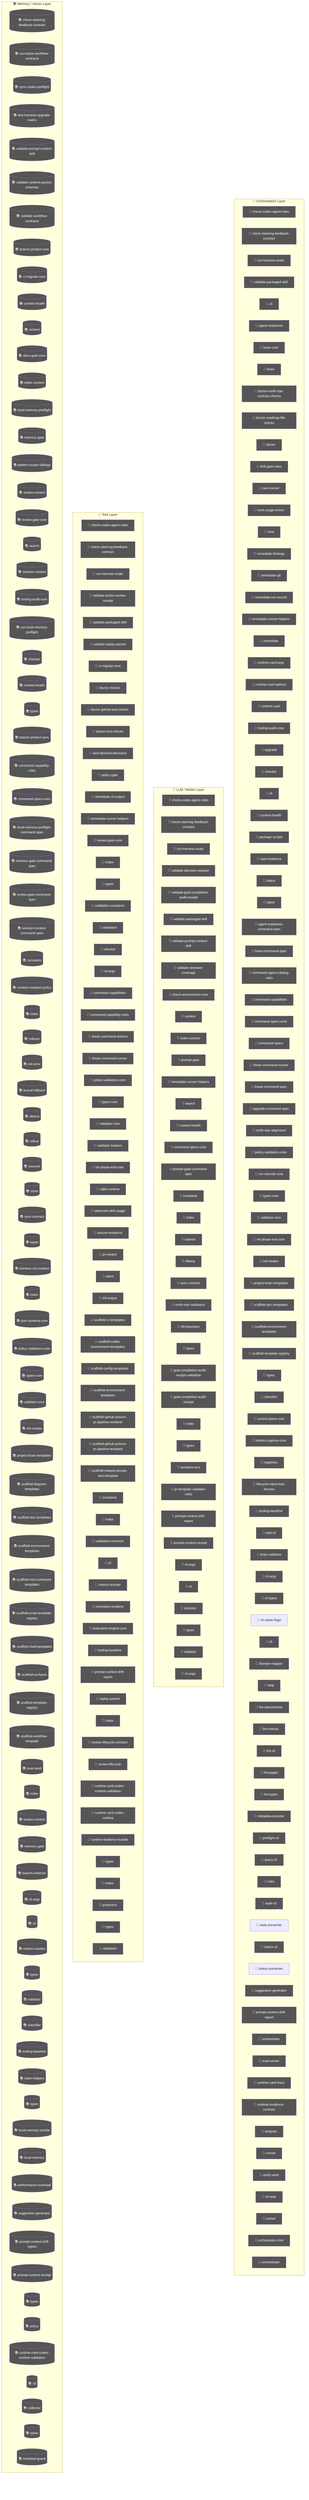
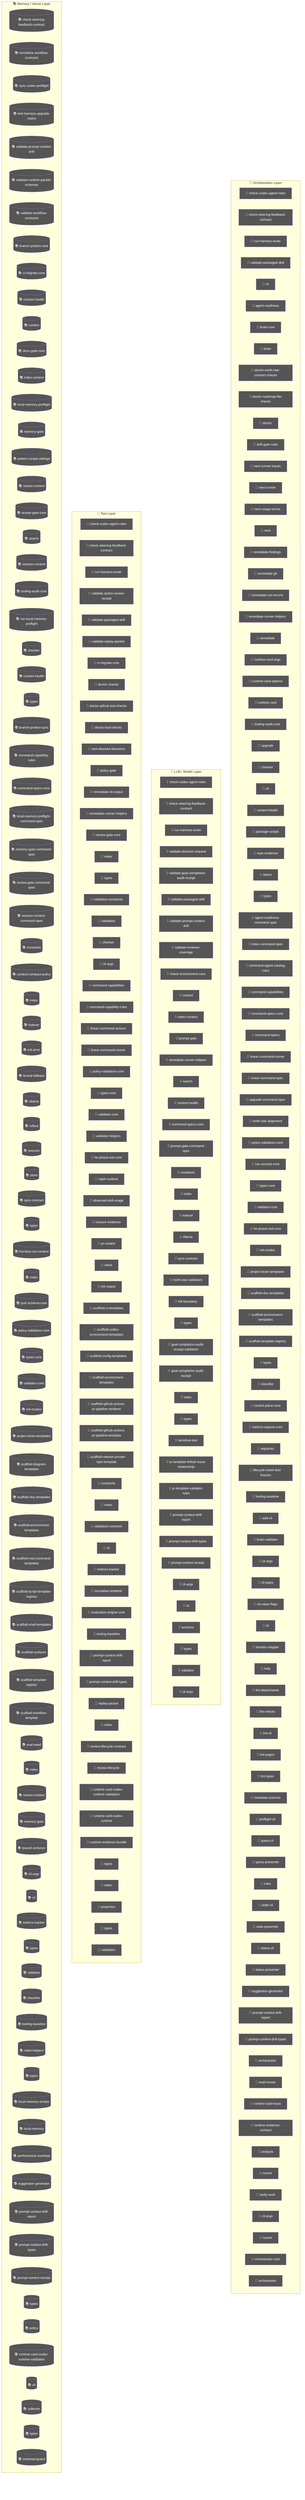
flowchart TD
  subgraph Orchestration["🎯 Orchestration Layer"]
    node_agent_mmd_orchestration_layer_orchestration_chec_7a9f0b64["🤖 check-codex-agent-roles"]
    node_agent_mmd_orchestration_layer_orchestration_chec_7fd47f5c["🤖 check-steering-feedback-contract"]
    node_agent_mmd_orchestration_layer_orchestration_run__18817957["🤖 run-harness-evals"]
    node_agent_mmd_orchestration_layer_orchestration_vali_c01b04be["🤖 validate-packaged-skill"]
    cli_99bb8840["🤖 cli"]
    agent_readiness_c82c68e6["🤖 agent-readiness"]
    brain_core_aa07c380["🤖 brain-core"]
    brain_bbbf7a64["🤖 brain"]
    doctor_north_star_contract_checks_0048124c["🤖 doctor-north-star-contract-checks"]
    doctor_roadmap_file_checks_14447b8e["🤖 doctor-roadmap-file-checks"]
    doctor_72f4be89["🤖 doctor"]
    drift_gate_rules_9685e72d["🤖 drift-gate-rules"]
+     next_runner_inputs_754dba64["🤖 next-runner-inputs"]
    next_runner_41643472["🤖 next-runner"]
    next_usage_errors_837a345a["🤖 next-usage-errors"]
    next_c6c1c9a9["🤖 next"]
    remediate_findings_8b09c8c6["🤖 remediate-findings"]
    remediate_git_58c6f6f4["🤖 remediate-git"]
    remediate_run_record_9dfe5dc1["🤖 remediate-run-record"]
    node_agent_mmd_orchestration_layer_orchestration_reme_359fe98f["🤖 remediate-runner-helpers"]
    remediate_06b9c7fc["🤖 remediate"]
    runtime_card_args_2b3d4b28["🤖 runtime-card-args"]
    runtime_card_options_c9156ad5["🤖 runtime-card-options"]
    runtime_card_e06b53e1["🤖 runtime-card"]
    node_agent_mmd_orchestration_layer_orchestration_tool_acfe0c01["🤖 tooling-audit-core"]
    upgrade_7fef9479["🤖 upgrade"]
    node_agent_mmd_orchestration_layer_orchestration_chec_0550c395["🤖 checker"]
    cli_1_084e05fe["🤖 cli"]
    node_agent_mmd_orchestration_layer_orchestration_cont_61b3b9c9["🤖 context-health"]
    package_scripts_3ee6150f["🤖 package-scripts"]
    repo_evidence_38bb1de5["🤖 repo-evidence"]
    status_073c1634["🤖 status"]
    node_agent_mmd_orchestration_layer_orchestration_type_4f906dcc["🤖 types"]
    agent_readiness_command_spec_a30c2c1e["🤖 agent-readiness-command-spec"]
    brain_command_spec_15b122d5["🤖 brain-command-spec"]
    command_agent_catalog_rules_8e06b2af["🤖 command-agent-catalog-rules"]
    node_agent_mmd_orchestration_layer_orchestration_comm_6e41a7f7["🤖 command-capabilities"]
    node_agent_mmd_orchestration_layer_orchestration_comm_1f8cc24c["🤖 command-specs-core"]
    command_specs_69167c63["🤖 command-specs"]
    node_agent_mmd_orchestration_layer_orchestration_line_b67affd5["🤖 linear-command-runner"]
    linear_command_spec_1e12dd44["🤖 linear-command-spec"]
    upgrade_command_spec_03f6c7bd["🤖 upgrade-command-spec"]
    north_star_alignment_00440188["🤖 north-star-alignment"]
    node_agent_mmd_orchestration_layer_orchestration_poli_3270b55d["🤖 policy-validators-core"]
    run_records_core_89286dfa["🤖 run-records-core"]
    node_agent_mmd_orchestration_layer_orchestration_type_7cf81261["🤖 types-core"]
    node_agent_mmd_orchestration_layer_orchestration_vali_d9fe99e6["🤖 validator-core"]
    node_agent_mmd_orchestration_layer_orchestration_he_p_fc778c24["🤖 he-phase-exit-core"]
    node_agent_mmd_orchestration_layer_orchestration_init_2a9c3ecb["🤖 init-modes"]
    node_agent_mmd_orchestration_layer_orchestration_proj_6ab6f60f["🤖 project-brain-templates"]
    node_agent_mmd_orchestration_layer_orchestration_scaf_12cc07db["🤖 scaffold-doc-templates"]
    node_agent_mmd_orchestration_layer_orchestration_scaf_c9a90c2f["🤖 scaffold-environment-templates"]
    node_agent_mmd_orchestration_layer_orchestration_scaf_ff8f92f6["🤖 scaffold-template-registry"]
-     types_15_86775c96["🤖 types"]
+     types_16_0fae1112["🤖 types"]
    node_agent_mmd_orchestration_layer_orchestration_clas_899b821a["🤖 classifier"]
    control_plane_core_db3b4cb2["🤖 control-plane-core"]
    metrics_capture_core_db4bf7cf["🤖 metrics-capture-core"]
    registries_06402afa["🤖 registries"]
    lifecycle_intent_test_fixtures_a53c7ada["🤖 lifecycle-intent-test-fixtures"]
    node_agent_mmd_orchestration_layer_orchestration_tool_cc43149f["🤖 tooling-baseline"]
    add_cli_7614de25["🤖 add-cli"]
    brain_validator_be251832["🤖 brain-validator"]
    cli_args_8_d546936e["🤖 cli-args"]
    cli_types_1686e858["🤖 cli-types"]
    cli_value_flags_732a8e43["🤖 cli-value-flags"]
    cli_9_b54c1407["🤖 cli"]
    domain_mapper_cd9333d2["🤖 domain-mapper"]
    help_106a5842["🤖 help"]
    lint_attachments_873c0632["🤖 lint-attachments"]
    lint_checks_83522b19["🤖 lint-checks"]
    lint_cli_9ec62ec0["🤖 lint-cli"]
    lint_pages_e33301d0["🤖 lint-pages"]
    lint_types_2862c255["🤖 lint-types"]
    metadata_scanner_6a101b66["🤖 metadata-scanner"]
    preflight_cli_5d148379["🤖 preflight-cli"]
    query_cli_b95be64d["🤖 query-cli"]
+     query_presenter_02e6077c["🤖 query-presenter"]
    rules_6c621d1a["🤖 rules"]
    stale_cli_64548720["🤖 stale-cli"]
    stale_presenter_1de4e3a2["🤖 stale-presenter"]
    status_cli_4c24a0d6["🤖 status-cli"]
    status_presenter_8de686c1["🤖 status-presenter"]
    node_agent_mmd_orchestration_layer_orchestration_sugg_85c5ebe3["🤖 suggestion-generator"]
    node_agent_mmd_orchestration_layer_orchestration_prom_d17b4de2["🤖 prompt-context-drift-report"]
+     node_agent_mmd_orchestration_layer_orchestration_prom_77088997["🤖 prompt-context-drift-types"]
    orchestrator_11376b7e["🤖 orchestrator"]
    eval_runner_0966a6b3["🤖 eval-runner"]
    runtime_card_trace_64a5ca95["🤖 runtime-card-trace"]
    runtime_evidence_contract_0f7b15b2["🤖 runtime-evidence-contract"]
    analysis_f44e85c4["🤖 analysis"]
    runner_527aa9f4["🤖 runner"]
    verify_work_1_cd8e7ec3["🤖 verify-work"]
    cli_args_14_3481043e["🤖 cli-args"]
    runner_1_6f281bf8["🤖 runner"]
    orchestrator_core_d0678b53["🤖 orchestrator-core"]
    orchestrator_1_6b7137c5["🤖 orchestrator"]
  end
  subgraph LLMLayer["🧠 LLM / Model Layer"]
    node_agent_mmd_llm_model_layer_llmlayer_check_codex_a_29e7b7fa["💡 check-codex-agent-roles"]
    node_agent_mmd_llm_model_layer_llmlayer_check_steerin_0e1bf90d["💡 check-steering-feedback-contract"]
    node_agent_mmd_llm_model_layer_llmlayer_run_harness_e_603fcfdc["💡 run-harness-evals"]
    validate_decision_request_2e5c325e["💡 validate-decision-request"]
    validate_goal_completion_audit_receipt_100d252c["💡 validate-goal-completion-audit-receipt"]
    node_agent_mmd_llm_model_layer_llmlayer_validate_pack_2a12e1f4["💡 validate-packaged-skill"]
    node_agent_mmd_llm_model_layer_llmlayer_validate_prom_9880f764["💡 validate-prompt-context-drift"]
    validate_reviewer_coverage_251efee3["💡 validate-reviewer-coverage"]
    check_environment_core_2c16213f["💡 check-environment-core"]
    node_agent_mmd_llm_model_layer_llmlayer_context_conte_ad2dfbd9["💡 context"]
    node_agent_mmd_llm_model_layer_llmlayer_index_context_1041bd11["💡 index-context"]
    prompt_gate_c5e9d207["💡 prompt-gate"]
    node_agent_mmd_llm_model_layer_llmlayer_remediate_run_9e3d4585["💡 remediate-runner-helpers"]
    node_agent_mmd_llm_model_layer_llmlayer_search_search_66b9a911["💡 search"]
    node_agent_mmd_llm_model_layer_llmlayer_context_healt_cfc0bfa8["💡 context-health"]
    node_agent_mmd_llm_model_layer_llmlayer_command_specs_782af9fa["💡 command-specs-core"]
    prompt_gate_command_spec_9a941482["💡 prompt-gate-command-spec"]
    node_agent_mmd_llm_model_layer_llmlayer_constants_con_c9bd3f6c["💡 constants"]
    node_agent_mmd_llm_model_layer_llmlayer_index_index_1_02e160ff["💡 index"]
    node_agent_mmd_llm_model_layer_llmlayer_indexer_index_4f4deef5["💡 indexer"]
    node_agent_mmd_llm_model_layer_llmlayer_ollama_ollama_968b23fa["💡 ollama"]
    node_agent_mmd_llm_model_layer_llmlayer_sync_contract_9f3cc8c1["💡 sync-contract"]
    north_star_validators_cfc926ce["💡 north-star-validators"]
    hilt_boundary_9b36fb15["💡 hilt-boundary"]
-     types_9_1db4641f["💡 types"]
+     types_10_75e5a4a0["💡 types"]
    goal_completion_audit_receipt_validation_9d0f4891["💡 goal-completion-audit-receipt-validation"]
    goal_completion_audit_receipt_5e4939c3["💡 goal-completion-audit-receipt"]
-     index_4_013aa0e3["💡 index"]
+     index_5_522f772a["💡 index"]
    node_agent_mmd_llm_model_layer_llmlayer_constants_con_c9bd3f6c["💡 constants"]
-     types_16_0fae1112["💡 types"]
+     types_17_ed30531c["💡 types"]
    sensitive_text_7c11f760["💡 sensitive-text"]
+     pr_template_linked_issue_relationship_a7b61f2c["💡 pr-template-linked-issue-relationship"]
    pr_template_validator_rules_20a32d6b["💡 pr-template-validator-rules"]
    node_agent_mmd_llm_model_layer_llmlayer_index_index_1_02e160ff["💡 index"]
    node_agent_mmd_llm_model_layer_llmlayer_prompt_contex_81f9066a["💡 prompt-context-drift-report"]
+     node_agent_mmd_llm_model_layer_llmlayer_prompt_contex_e5066b88["💡 prompt-context-drift-types"]
    node_agent_mmd_llm_model_layer_llmlayer_index_index_1_02e160ff["💡 index"]
    node_agent_mmd_llm_model_layer_llmlayer_prompt_contex_6426acc2["💡 prompt-context-receipt"]
    cli_args_9_9c136878["💡 cli-args"]
    cli_10_35dc8cbd["💡 cli"]
    sections_4697ef32["💡 sections"]
-     types_26_a5814179["💡 types"]
-     validator_6_3688adbf["💡 validator"]
+     types_27_4d134744["💡 types"]
+     validator_7_f836eb0e["💡 validator"]
    cli_args_10_861cdd3f["💡 cli-args"]
  end
  subgraph ToolLayer["🔧 Tool Layer"]
    node_agent_mmd_tool_layer_toollayer_check_codex_agent_4b361d5a["🔧 check-codex-agent-roles"]
    node_agent_mmd_tool_layer_toollayer_check_steering_fe_eafecf3a["🔧 check-steering-feedback-contract"]
    node_agent_mmd_tool_layer_toollayer_run_harness_evals_e2ee24f1["🔧 run-harness-evals"]
    validate_action_review_receipt_fa2f06c3["🔧 validate-action-review-receipt"]
    node_agent_mmd_tool_layer_toollayer_validate_packaged_2855c827["🔧 validate-packaged-skill"]
    validate_replay_packet_f309747e["🔧 validate-replay-packet"]
    node_agent_mmd_tool_layer_toollayer_ci_migrate_core_c_049f8460["🔧 ci-migrate-core"]
    doctor_checks_5a2eb2b9["🔧 doctor-checks"]
    doctor_github_tool_checks_a53b0382["🔧 doctor-github-tool-checks"]
    doctor_tool_checks_4acac51a["🔧 doctor-tool-checks"]
    next_blocked_decisions_4140ad2b["🔧 next-blocked-decisions"]
    policy_gate_213f7313["🔧 policy-gate"]
    remediate_cli_output_cc165396["🔧 remediate-cli-output"]
    node_agent_mmd_tool_layer_toollayer_remediate_runner__c003b871["🔧 remediate-runner-helpers"]
    node_agent_mmd_tool_layer_toollayer_review_gate_core__7704598b["🔧 review-gate-core"]
    index_1bc04b52["🔧 index"]
    types_1_4ecdf56e["🔧 types"]
    validation_constants_e002a0f6["🔧 validation-constants"]
    validation_98c41dcd["🔧 validation"]
    node_agent_mmd_tool_layer_toollayer_checker_checker_2_453d593b["🔧 checker"]
    cli_args_1_6144b055["🔧 cli-args"]
    node_agent_mmd_tool_layer_toollayer_command_capabilit_7fe13db1["🔧 command-capabilities"]
    node_agent_mmd_tool_layer_toollayer_command_capabilit_e97a4615["🔧 command-capability-rules"]
    linear_command_actions_e430f4f4["🔧 linear-command-actions"]
    node_agent_mmd_tool_layer_toollayer_linear_command_ru_d6763748["🔧 linear-command-runner"]
    node_agent_mmd_tool_layer_toollayer_policy_validators_af136abf["🔧 policy-validators-core"]
    node_agent_mmd_tool_layer_toollayer_types_core_types__6c8319b6["🔧 types-core"]
    node_agent_mmd_tool_layer_toollayer_validator_core_va_6ef6131f["🔧 validator-core"]
    validator_helpers_7b927667["🔧 validator-helpers"]
    node_agent_mmd_tool_layer_toollayer_he_phase_exit_cor_af016160["🔧 he-phase-exit-core"]
    ralph_runtime_73d63c0e["🔧 ralph-runtime"]
    observed_skill_usage_ed7d5930["🔧 observed-skill-usage"]
    closure_evidence_aaa31467["🔧 closure-evidence"]
    pr_creator_dc6b1ea4["🔧 pr-creator"]
    client_948fe603["🔧 client"]
    init_output_360dce91["🔧 init-output"]
    scaffold_ci_templates_2afd6392["🔧 scaffold-ci-templates"]
    scaffold_codex_environment_templates_334fbbed["🔧 scaffold-codex-environment-templates"]
    scaffold_config_templates_4b80ce53["🔧 scaffold-config-templates"]
    node_agent_mmd_tool_layer_toollayer_scaffold_environm_c1afc013["🔧 scaffold-environment-templates"]
    scaffold_github_actions_pr_pipeline_renderer_1ee18de5["🔧 scaffold-github-actions-pr-pipeline-renderer"]
    scaffold_github_actions_pr_pipeline_template_e2b85f62["🔧 scaffold-github-actions-pr-pipeline-template"]
    scaffold_release_private_npm_template_075499f8["🔧 scaffold-release-private-npm-template"]
    node_agent_mmd_tool_layer_toollayer_constants_constan_9d71b829["🔧 constants"]
-     index_8_6f0f20ec["🔧 index"]
+     index_9_32dd4d91["🔧 index"]
    validation_common_6161e48b["🔧 validation-common"]
    node_agent_mmd_tool_layer_toollayer_cli_cli_2_1_32d9eeaf["🔧 cli"]
    node_agent_mmd_tool_layer_toollayer_metrics_tracker_m_4c9237d8["🔧 metrics-tracker"]
    normalise_renderer_85f2e563["🔧 normalise-renderer"]
    evaluation_engine_core_e054fe49["🔧 evaluation-engine-core"]
    node_agent_mmd_tool_layer_toollayer_tooling_baseline__61e66e9f["🔧 tooling-baseline"]
    node_agent_mmd_tool_layer_toollayer_prompt_context_dr_a2772f2b["🔧 prompt-context-drift-report"]
+     node_agent_mmd_tool_layer_toollayer_prompt_context_dr_bd82da46["🔧 prompt-context-drift-types"]
    replay_packet_a1293f88["🔧 replay-packet"]
-     index_13_97df39c8["🔧 index"]
+     index_14_d982116c["🔧 index"]
    review_lifecycle_contract_e5447221["🔧 review-lifecycle-contract"]
    review_lifecycle_89afa64c["🔧 review-lifecycle"]
    node_agent_mmd_tool_layer_toollayer_runtime_card_code_3636ceac["🔧 runtime-card-codex-runtime-validation"]
    runtime_card_codex_runtime_0655e230["🔧 runtime-card-codex-runtime"]
    runtime_evidence_bundle_d471a232["🔧 runtime-evidence-bundle"]
-     types_35_93e66c64["🔧 types"]
-     index_16_373c8a49["🔧 index"]
+     types_36_674380ec["🔧 types"]
+     index_17_642943a2["🔧 index"]
    projection_1b250ea1["🔧 projection"]
-     types_37_32ccf9f9["🔧 types"]
+     types_38_e8efcd57["🔧 types"]
    validation_7_c4e6d8b6["🔧 validation"]
  end
  subgraph MemoryLayer["📚 Memory / Vector Layer"]
    node_agent_mmd_memory_vector_layer_memorylayer_check__64c86928[("📚 check-steering-feedback-contract")]
    normalize_workflow_contracts_8701f1c8[("📚 normalize-workflow-contracts")]
    sync_codex_preflight_7e7a8dc2[("📚 sync-codex-preflight")]
    test_harness_upgrade_matrix_84113c4e[("📚 test-harness-upgrade-matrix")]
    node_agent_mmd_memory_vector_layer_memorylayer_valida_c52c4db8[("📚 validate-prompt-context-drift")]
    validate_runtime_packet_schemas_bc3ba8ec[("📚 validate-runtime-packet-schemas")]
    validate_workflow_contracts_33dc063c[("📚 validate-workflow-contracts")]
    branch_protect_core_a8feb0fd[("📚 branch-protect-core")]
    node_agent_mmd_memory_vector_layer_memorylayer_ci_mig_0cd5b1a4[("📚 ci-migrate-core")]
    context_health_80bb7da9[("📚 context-health")]
    node_agent_mmd_memory_vector_layer_memorylayer_contex_78ceaaa9[("📚 context")]
    docs_gate_core_eb9b6c18[("📚 docs-gate-core")]
    node_agent_mmd_memory_vector_layer_memorylayer_index__6f3402d0[("📚 index-context")]
    local_memory_preflight_dcc36c42[("📚 local-memory-preflight")]
    memory_gate_a577a506[("📚 memory-gate")]
    pattern_scope_siblings_43abe000[("📚 pattern-scope-siblings")]
    review_context_ca6cf81d[("📚 review-context")]
    node_agent_mmd_memory_vector_layer_memorylayer_review_5bee9816[("📚 review-gate-core")]
    node_agent_mmd_memory_vector_layer_memorylayer_search_ac35cb7e[("📚 search")]
    session_context_e5ec72c0[("📚 session-context")]
    node_agent_mmd_memory_vector_layer_memorylayer_toolin_a1185b8f[("📚 tooling-audit-core")]
    run_local_memory_preflight_36e92808[("📚 run-local-memory-preflight")]
    node_agent_mmd_memory_vector_layer_memorylayer_checke_a583eb4f[("📚 checker")]
    node_agent_mmd_memory_vector_layer_memorylayer_contex_3204aa0e[("📚 context-health")]
    node_agent_mmd_memory_vector_layer_memorylayer_types__9ad640a0[("📚 types")]
    branch_protect_sync_570adb18[("📚 branch-protect-sync")]
    node_agent_mmd_memory_vector_layer_memorylayer_comman_c72a5d05[("📚 command-capability-rules")]
    node_agent_mmd_memory_vector_layer_memorylayer_comman_111eb454[("📚 command-specs-core")]
    local_memory_preflight_command_spec_9e23f3ce[("📚 local-memory-preflight-command-spec")]
    memory_gate_command_spec_dc9001a9[("📚 memory-gate-command-spec")]
    review_gate_command_spec_3187376a[("📚 review-gate-command-spec")]
    session_context_command_spec_973afbb1[("📚 session-context-command-spec")]
    node_agent_mmd_memory_vector_layer_memorylayer_consta_702d3f46[("📚 constants")]
    context_compact_policy_3dcaf95d[("📚 context-compact-policy")]
    node_agent_mmd_memory_vector_layer_memorylayer_index__752bc61e[("📚 index")]
    node_agent_mmd_memory_vector_layer_memorylayer_indexe_93e6d86f[("📚 indexer")]
    init_error_5c7dd49f[("📚 init-error")]
    lexical_fallback_723e2b3e[("📚 lexical-fallback")]
    node_agent_mmd_memory_vector_layer_memorylayer_ollama_6d51be16[("📚 ollama")]
    rollout_a4fa034c[("📚 rollout")]
    sources_878a52fc[("📚 sources")]
    store_824d80d7[("📚 store")]
    node_agent_mmd_memory_vector_layer_memorylayer_sync_c_e43418bc[("📚 sync-contract")]
-     types_7_2f1ed65e[("📚 types")]
+     types_8_f6283648[("📚 types")]
    harness_run_context_ac7c77a9[("📚 harness-run-context")]
-     index_3_7e40d474[("📚 index")]
+     index_4_013aa0e3[("📚 index")]
    json_schema_core_96d7e328[("📚 json-schema-core")]
    node_agent_mmd_memory_vector_layer_memorylayer_policy_1944de42[("📚 policy-validators-core")]
    node_agent_mmd_memory_vector_layer_memorylayer_types__83f369fa[("📚 types-core")]
    node_agent_mmd_memory_vector_layer_memorylayer_valida_41034356[("📚 validator-core")]
    node_agent_mmd_memory_vector_layer_memorylayer_init_m_333d02c5[("📚 init-modes")]
    node_agent_mmd_memory_vector_layer_memorylayer_projec_3ae304d9[("📚 project-brain-templates")]
    scaffold_diagram_templates_dd88e83c[("📚 scaffold-diagram-templates")]
    node_agent_mmd_memory_vector_layer_memorylayer_scaffo_5fd73b94[("📚 scaffold-doc-templates")]
    node_agent_mmd_memory_vector_layer_memorylayer_scaffo_12b42341[("📚 scaffold-environment-templates")]
    scaffold_root_command_templates_404fed7f[("📚 scaffold-root-command-templates")]
    scaffold_script_template_registry_69312d4e[("📚 scaffold-script-template-registry")]
    scaffold_shell_templates_0ad0f915[("📚 scaffold-shell-templates")]
    scaffold_surfaces_12d6494e[("📚 scaffold-surfaces")]
    node_agent_mmd_memory_vector_layer_memorylayer_scaffo_a86eece1[("📚 scaffold-template-registry")]
    scaffold_workflow_template_92310587[("📚 scaffold-workflow-template")]
    eval_seed_5699fd3e[("📚 eval-seed")]
-     index_9_32dd4d91[("📚 index")]
+     index_10_f6785a46[("📚 index")]
    review_context_1_e3afed15[("📚 review-context")]
    memory_gate_1_265164ac[("📚 memory-gate")]
    branch_enforcer_acb749cd[("📚 branch-enforcer")]
    cli_args_5_09ea29f0[("📚 cli-args")]
    node_agent_mmd_memory_vector_layer_memorylayer_cli_cl_1f1f89ab[("📚 cli")]
    node_agent_mmd_memory_vector_layer_memorylayer_metric_12562178[("📚 metrics-tracker")]
-     types_18_37582e2a[("📚 types")]
-     validator_4_5180cf23[("📚 validator")]
+     types_19_eb4ad5f0[("📚 types")]
+     validator_5_b19ac2be[("📚 validator")]
    node_agent_mmd_memory_vector_layer_memorylayer_classi_1ebbf5ff[("📚 classifier")]
    node_agent_mmd_memory_vector_layer_memorylayer_toolin_14f86b00[("📚 tooling-baseline")]
    claim_helpers_20dc8387[("📚 claim-helpers")]
-     types_23_4352ee2e[("📚 types")]
+     types_24_c63dc1a7[("📚 types")]
    local_memory_smoke_1175abfc[("📚 local-memory-smoke")]
    local_memory_0db17ecc[("📚 local-memory")]
    performance_overload_c685bfcf[("📚 performance-overload")]
    node_agent_mmd_memory_vector_layer_memorylayer_sugges_267f408d[("📚 suggestion-generator")]
    node_agent_mmd_memory_vector_layer_memorylayer_index__752bc61e[("📚 index")]
    node_agent_mmd_memory_vector_layer_memorylayer_prompt_ae34fc43[("📚 prompt-context-drift-report")]
+     node_agent_mmd_memory_vector_layer_memorylayer_prompt_efd77624[("📚 prompt-context-drift-types")]
    node_agent_mmd_memory_vector_layer_memorylayer_index__752bc61e[("📚 index")]
    node_agent_mmd_memory_vector_layer_memorylayer_prompt_55c0d605[("📚 prompt-context-receipt")]
-     types_30_424b976c[("📚 types")]
+     types_31_eb363e20[("📚 types")]
    policy_1_fc4198db[("📚 policy")]
    node_agent_mmd_memory_vector_layer_memorylayer_runtim_a5d23e7f[("📚 runtime-card-codex-runtime-validation")]
    cli_11_338a8415[("📚 cli")]
    collector_0736fd5b[("📚 collector")]
-     types_33_16e22a82[("📚 types")]
+     types_34_85e6a0bb[("📚 types")]
    overload_guard_2748c559[("📚 overload-guard")]
  end
  classDef agentNode fill:#555,color:#fff
-   class node_agent_mmd_orchestration_layer_orchestration_chec_7a9f0b64,node_agent_mmd_llm_model_layer_llmlayer_check_codex_a_29e7b7fa,node_agent_mmd_tool_layer_toollayer_check_codex_agent_4b361d5a,node_agent_mmd_orchestration_layer_orchestration_chec_7fd47f5c,node_agent_mmd_llm_model_layer_llmlayer_check_steerin_0e1bf90d,node_agent_mmd_tool_layer_toollayer_check_steering_fe_eafecf3a,node_agent_mmd_memory_vector_layer_memorylayer_check__64c86928,node_agent_mmd_orchestration_layer_orchestration_run__18817957,node_agent_mmd_llm_model_layer_llmlayer_run_harness_e_603fcfdc,node_agent_mmd_tool_layer_toollayer_run_harness_evals_e2ee24f1,node_agent_mmd_orchestration_layer_orchestration_vali_c01b04be,node_agent_mmd_llm_model_layer_llmlayer_validate_pack_2a12e1f4,node_agent_mmd_tool_layer_toollayer_validate_packaged_2855c827,cli_99bb8840,agent_readiness_c82c68e6,brain_core_aa07c380,brain_bbbf7a64,doctor_north_star_contract_checks_0048124c,doctor_roadmap_file_checks_14447b8e,doctor_72f4be89,drift_gate_rules_9685e72d,next_runner_41643472,next_usage_errors_837a345a,next_c6c1c9a9,remediate_findings_8b09c8c6,remediate_git_58c6f6f4,remediate_run_record_9dfe5dc1,node_agent_mmd_orchestration_layer_orchestration_reme_359fe98f,node_agent_mmd_llm_model_layer_llmlayer_remediate_run_9e3d4585,node_agent_mmd_tool_layer_toollayer_remediate_runner__c003b871,remediate_06b9c7fc,runtime_card_args_2b3d4b28,runtime_card_options_c9156ad5,runtime_card_e06b53e1,node_agent_mmd_orchestration_layer_orchestration_tool_acfe0c01,node_agent_mmd_memory_vector_layer_memorylayer_toolin_a1185b8f,upgrade_7fef9479,node_agent_mmd_orchestration_layer_orchestration_chec_0550c395,node_agent_mmd_tool_layer_toollayer_checker_checker_2_453d593b,node_agent_mmd_memory_vector_layer_memorylayer_checke_a583eb4f,cli_1_084e05fe,node_agent_mmd_orchestration_layer_orchestration_cont_61b3b9c9,node_agent_mmd_llm_model_layer_llmlayer_context_healt_cfc0bfa8,node_agent_mmd_memory_vector_layer_memorylayer_contex_3204aa0e,package_scripts_3ee6150f,repo_evidence_38bb1de5,status_073c1634,node_agent_mmd_orchestration_layer_orchestration_type_4f906dcc,node_agent_mmd_memory_vector_layer_memorylayer_types__9ad640a0,agent_readiness_command_spec_a30c2c1e,brain_command_spec_15b122d5,command_agent_catalog_rules_8e06b2af,node_agent_mmd_orchestration_layer_orchestration_comm_6e41a7f7,node_agent_mmd_tool_layer_toollayer_command_capabilit_7fe13db1,node_agent_mmd_orchestration_layer_orchestration_comm_1f8cc24c,node_agent_mmd_llm_model_layer_llmlayer_command_specs_782af9fa,node_agent_mmd_memory_vector_layer_memorylayer_comman_111eb454,command_specs_69167c63,node_agent_mmd_orchestration_layer_orchestration_line_b67affd5,node_agent_mmd_tool_layer_toollayer_linear_command_ru_d6763748,linear_command_spec_1e12dd44,upgrade_command_spec_03f6c7bd,north_star_alignment_00440188,node_agent_mmd_orchestration_layer_orchestration_poli_3270b55d,node_agent_mmd_tool_layer_toollayer_policy_validators_af136abf,node_agent_mmd_memory_vector_layer_memorylayer_policy_1944de42,run_records_core_89286dfa,node_agent_mmd_orchestration_layer_orchestration_type_7cf81261,node_agent_mmd_tool_layer_toollayer_types_core_types__6c8319b6,node_agent_mmd_memory_vector_layer_memorylayer_types__83f369fa,node_agent_mmd_orchestration_layer_orchestration_vali_d9fe99e6,node_agent_mmd_tool_layer_toollayer_validator_core_va_6ef6131f,node_agent_mmd_memory_vector_layer_memorylayer_valida_41034356,node_agent_mmd_orchestration_layer_orchestration_he_p_fc778c24,node_agent_mmd_tool_layer_toollayer_he_phase_exit_cor_af016160,node_agent_mmd_orchestration_layer_orchestration_init_2a9c3ecb,node_agent_mmd_memory_vector_layer_memorylayer_init_m_333d02c5,node_agent_mmd_orchestration_layer_orchestration_proj_6ab6f60f,node_agent_mmd_memory_vector_layer_memorylayer_projec_3ae304d9,node_agent_mmd_orchestration_layer_orchestration_scaf_12cc07db,node_agent_mmd_memory_vector_layer_memorylayer_scaffo_5fd73b94,node_agent_mmd_orchestration_layer_orchestration_scaf_c9a90c2f,node_agent_mmd_tool_layer_toollayer_scaffold_environm_c1afc013,node_agent_mmd_memory_vector_layer_memorylayer_scaffo_12b42341,node_agent_mmd_orchestration_layer_orchestration_scaf_ff8f92f6,node_agent_mmd_memory_vector_layer_memorylayer_scaffo_a86eece1,types_15_86775c96,node_agent_mmd_orchestration_layer_orchestration_clas_899b821a,node_agent_mmd_memory_vector_layer_memorylayer_classi_1ebbf5ff,control_plane_core_db3b4cb2,metrics_capture_core_db4bf7cf,registries_06402afa,lifecycle_intent_test_fixtures_a53c7ada,node_agent_mmd_orchestration_layer_orchestration_tool_cc43149f,node_agent_mmd_tool_layer_toollayer_tooling_baseline__61e66e9f,node_agent_mmd_memory_vector_layer_memorylayer_toolin_14f86b00,add_cli_7614de25,brain_validator_be251832,cli_args_8_d546936e,cli_types_1686e858,cli_9_b54c1407,domain_mapper_cd9333d2,help_106a5842,lint_attachments_873c0632,lint_checks_83522b19,lint_cli_9ec62ec0,lint_pages_e33301d0,lint_types_2862c255,metadata_scanner_6a101b66,preflight_cli_5d148379,query_cli_b95be64d,rules_6c621d1a,stale_cli_64548720,status_cli_4c24a0d6,node_agent_mmd_orchestration_layer_orchestration_sugg_85c5ebe3,node_agent_mmd_memory_vector_layer_memorylayer_sugges_267f408d,node_agent_mmd_orchestration_layer_orchestration_prom_77088997,node_agent_mmd_llm_model_layer_llmlayer_prompt_contex_e5066b88,node_agent_mmd_tool_layer_toollayer_prompt_context_dr_bd82da46,node_agent_mmd_memory_vector_layer_memorylayer_prompt_efd77624,orchestrator_11376b7e,eval_runner_0966a6b3,runtime_card_trace_64a5ca95,runtime_evidence_contract_0f7b15b2,analysis_f44e85c4,runner_527aa9f4,verify_work_1_cd8e7ec3,cli_args_14_3481043e,runner_1_6f281bf8,orchestrator_core_d0678b53,orchestrator_1_6b7137c5 agentNode
+   class node_agent_mmd_orchestration_layer_orchestration_chec_7a9f0b64,node_agent_mmd_llm_model_layer_llmlayer_check_codex_a_29e7b7fa,node_agent_mmd_tool_layer_toollayer_check_codex_agent_4b361d5a,node_agent_mmd_orchestration_layer_orchestration_chec_7fd47f5c,node_agent_mmd_llm_model_layer_llmlayer_check_steerin_0e1bf90d,node_agent_mmd_tool_layer_toollayer_check_steering_fe_eafecf3a,node_agent_mmd_memory_vector_layer_memorylayer_check__64c86928,node_agent_mmd_orchestration_layer_orchestration_run__18817957,node_agent_mmd_llm_model_layer_llmlayer_run_harness_e_603fcfdc,node_agent_mmd_tool_layer_toollayer_run_harness_evals_e2ee24f1,node_agent_mmd_orchestration_layer_orchestration_vali_c01b04be,node_agent_mmd_llm_model_layer_llmlayer_validate_pack_2a12e1f4,node_agent_mmd_tool_layer_toollayer_validate_packaged_2855c827,cli_99bb8840,agent_readiness_c82c68e6,brain_core_aa07c380,brain_bbbf7a64,doctor_north_star_contract_checks_0048124c,doctor_roadmap_file_checks_14447b8e,doctor_72f4be89,drift_gate_rules_9685e72d,next_runner_inputs_754dba64,next_runner_41643472,next_usage_errors_837a345a,next_c6c1c9a9,remediate_findings_8b09c8c6,remediate_git_58c6f6f4,remediate_run_record_9dfe5dc1,node_agent_mmd_orchestration_layer_orchestration_reme_359fe98f,node_agent_mmd_llm_model_layer_llmlayer_remediate_run_9e3d4585,node_agent_mmd_tool_layer_toollayer_remediate_runner__c003b871,remediate_06b9c7fc,runtime_card_args_2b3d4b28,runtime_card_options_c9156ad5,runtime_card_e06b53e1,node_agent_mmd_orchestration_layer_orchestration_tool_acfe0c01,node_agent_mmd_memory_vector_layer_memorylayer_toolin_a1185b8f,upgrade_7fef9479,node_agent_mmd_orchestration_layer_orchestration_chec_0550c395,node_agent_mmd_tool_layer_toollayer_checker_checker_2_453d593b,node_agent_mmd_memory_vector_layer_memorylayer_checke_a583eb4f,cli_1_084e05fe,node_agent_mmd_orchestration_layer_orchestration_cont_61b3b9c9,node_agent_mmd_llm_model_layer_llmlayer_context_healt_cfc0bfa8,node_agent_mmd_memory_vector_layer_memorylayer_contex_3204aa0e,package_scripts_3ee6150f,repo_evidence_38bb1de5,status_073c1634,node_agent_mmd_orchestration_layer_orchestration_type_4f906dcc,node_agent_mmd_memory_vector_layer_memorylayer_types__9ad640a0,agent_readiness_command_spec_a30c2c1e,brain_command_spec_15b122d5,command_agent_catalog_rules_8e06b2af,node_agent_mmd_orchestration_layer_orchestration_comm_6e41a7f7,node_agent_mmd_tool_layer_toollayer_command_capabilit_7fe13db1,node_agent_mmd_orchestration_layer_orchestration_comm_1f8cc24c,node_agent_mmd_llm_model_layer_llmlayer_command_specs_782af9fa,node_agent_mmd_memory_vector_layer_memorylayer_comman_111eb454,command_specs_69167c63,node_agent_mmd_orchestration_layer_orchestration_line_b67affd5,node_agent_mmd_tool_layer_toollayer_linear_command_ru_d6763748,linear_command_spec_1e12dd44,upgrade_command_spec_03f6c7bd,north_star_alignment_00440188,node_agent_mmd_orchestration_layer_orchestration_poli_3270b55d,node_agent_mmd_tool_layer_toollayer_policy_validators_af136abf,node_agent_mmd_memory_vector_layer_memorylayer_policy_1944de42,run_records_core_89286dfa,node_agent_mmd_orchestration_layer_orchestration_type_7cf81261,node_agent_mmd_tool_layer_toollayer_types_core_types__6c8319b6,node_agent_mmd_memory_vector_layer_memorylayer_types__83f369fa,node_agent_mmd_orchestration_layer_orchestration_vali_d9fe99e6,node_agent_mmd_tool_layer_toollayer_validator_core_va_6ef6131f,node_agent_mmd_memory_vector_layer_memorylayer_valida_41034356,node_agent_mmd_orchestration_layer_orchestration_he_p_fc778c24,node_agent_mmd_tool_layer_toollayer_he_phase_exit_cor_af016160,node_agent_mmd_orchestration_layer_orchestration_init_2a9c3ecb,node_agent_mmd_memory_vector_layer_memorylayer_init_m_333d02c5,node_agent_mmd_orchestration_layer_orchestration_proj_6ab6f60f,node_agent_mmd_memory_vector_layer_memorylayer_projec_3ae304d9,node_agent_mmd_orchestration_layer_orchestration_scaf_12cc07db,node_agent_mmd_memory_vector_layer_memorylayer_scaffo_5fd73b94,node_agent_mmd_orchestration_layer_orchestration_scaf_c9a90c2f,node_agent_mmd_tool_layer_toollayer_scaffold_environm_c1afc013,node_agent_mmd_memory_vector_layer_memorylayer_scaffo_12b42341,node_agent_mmd_orchestration_layer_orchestration_scaf_ff8f92f6,node_agent_mmd_memory_vector_layer_memorylayer_scaffo_a86eece1,types_16_0fae1112,node_agent_mmd_orchestration_layer_orchestration_clas_899b821a,node_agent_mmd_memory_vector_layer_memorylayer_classi_1ebbf5ff,control_plane_core_db3b4cb2,metrics_capture_core_db4bf7cf,registries_06402afa,lifecycle_intent_test_fixtures_a53c7ada,node_agent_mmd_orchestration_layer_orchestration_tool_cc43149f,node_agent_mmd_tool_layer_toollayer_tooling_baseline__61e66e9f,node_agent_mmd_memory_vector_layer_memorylayer_toolin_14f86b00,add_cli_7614de25,brain_validator_be251832,cli_args_8_d546936e,cli_types_1686e858,cli_value_flags_732a8e43,cli_9_b54c1407,domain_mapper_cd9333d2,help_106a5842,lint_attachments_873c0632,lint_checks_83522b19,lint_cli_9ec62ec0,lint_pages_e33301d0,lint_types_2862c255,metadata_scanner_6a101b66,preflight_cli_5d148379,query_cli_b95be64d,query_presenter_02e6077c,rules_6c621d1a,stale_cli_64548720,stale_presenter_1de4e3a2,status_cli_4c24a0d6,status_presenter_8de686c1,node_agent_mmd_orchestration_layer_orchestration_sugg_85c5ebe3,node_agent_mmd_memory_vector_layer_memorylayer_sugges_267f408d,node_agent_mmd_orchestration_layer_orchestration_prom_d17b4de2,node_agent_mmd_llm_model_layer_llmlayer_prompt_contex_81f9066a,node_agent_mmd_tool_layer_toollayer_prompt_context_dr_a2772f2b,node_agent_mmd_memory_vector_layer_memorylayer_prompt_ae34fc43,node_agent_mmd_orchestration_layer_orchestration_prom_77088997,node_agent_mmd_llm_model_layer_llmlayer_prompt_contex_e5066b88,node_agent_mmd_tool_layer_toollayer_prompt_context_dr_bd82da46,node_agent_mmd_memory_vector_layer_memorylayer_prompt_efd77624,orchestrator_11376b7e,eval_runner_0966a6b3,runtime_card_trace_64a5ca95,runtime_evidence_contract_0f7b15b2,analysis_f44e85c4,runner_527aa9f4,verify_work_1_cd8e7ec3,cli_args_14_3481043e,runner_1_6f281bf8,orchestrator_core_d0678b53,orchestrator_1_6b7137c5 agentNode
  classDef llmNode fill:#555,color:#fff
-   class node_agent_mmd_orchestration_layer_orchestration_chec_7a9f0b64,node_agent_mmd_llm_model_layer_llmlayer_check_codex_a_29e7b7fa,node_agent_mmd_tool_layer_toollayer_check_codex_agent_4b361d5a,node_agent_mmd_orchestration_layer_orchestration_chec_7fd47f5c,node_agent_mmd_llm_model_layer_llmlayer_check_steerin_0e1bf90d,node_agent_mmd_tool_layer_toollayer_check_steering_fe_eafecf3a,node_agent_mmd_memory_vector_layer_memorylayer_check__64c86928,node_agent_mmd_orchestration_layer_orchestration_run__18817957,node_agent_mmd_llm_model_layer_llmlayer_run_harness_e_603fcfdc,node_agent_mmd_tool_layer_toollayer_run_harness_evals_e2ee24f1,validate_decision_request_2e5c325e,validate_goal_completion_audit_receipt_100d252c,node_agent_mmd_orchestration_layer_orchestration_vali_c01b04be,node_agent_mmd_llm_model_layer_llmlayer_validate_pack_2a12e1f4,node_agent_mmd_tool_layer_toollayer_validate_packaged_2855c827,node_agent_mmd_llm_model_layer_llmlayer_validate_prom_9880f764,node_agent_mmd_memory_vector_layer_memorylayer_valida_c52c4db8,validate_reviewer_coverage_251efee3,check_environment_core_2c16213f,node_agent_mmd_llm_model_layer_llmlayer_context_conte_ad2dfbd9,node_agent_mmd_memory_vector_layer_memorylayer_contex_78ceaaa9,node_agent_mmd_llm_model_layer_llmlayer_index_context_1041bd11,node_agent_mmd_memory_vector_layer_memorylayer_index__6f3402d0,prompt_gate_c5e9d207,node_agent_mmd_orchestration_layer_orchestration_reme_359fe98f,node_agent_mmd_llm_model_layer_llmlayer_remediate_run_9e3d4585,node_agent_mmd_tool_layer_toollayer_remediate_runner__c003b871,node_agent_mmd_llm_model_layer_llmlayer_search_search_66b9a911,node_agent_mmd_memory_vector_layer_memorylayer_search_ac35cb7e,node_agent_mmd_orchestration_layer_orchestration_cont_61b3b9c9,node_agent_mmd_llm_model_layer_llmlayer_context_healt_cfc0bfa8,node_agent_mmd_memory_vector_layer_memorylayer_contex_3204aa0e,node_agent_mmd_orchestration_layer_orchestration_comm_1f8cc24c,node_agent_mmd_llm_model_layer_llmlayer_command_specs_782af9fa,node_agent_mmd_memory_vector_layer_memorylayer_comman_111eb454,prompt_gate_command_spec_9a941482,node_agent_mmd_llm_model_layer_llmlayer_constants_con_c9bd3f6c,node_agent_mmd_memory_vector_layer_memorylayer_consta_702d3f46,node_agent_mmd_llm_model_layer_llmlayer_index_index_1_02e160ff,node_agent_mmd_memory_vector_layer_memorylayer_index__752bc61e,node_agent_mmd_llm_model_layer_llmlayer_indexer_index_4f4deef5,node_agent_mmd_memory_vector_layer_memorylayer_indexe_93e6d86f,node_agent_mmd_llm_model_layer_llmlayer_ollama_ollama_968b23fa,node_agent_mmd_memory_vector_layer_memorylayer_ollama_6d51be16,node_agent_mmd_llm_model_layer_llmlayer_sync_contract_9f3cc8c1,node_agent_mmd_memory_vector_layer_memorylayer_sync_c_e43418bc,north_star_validators_cfc926ce,hilt_boundary_9b36fb15,types_9_1db4641f,goal_completion_audit_receipt_validation_9d0f4891,goal_completion_audit_receipt_5e4939c3,index_4_013aa0e3,node_agent_mmd_tool_layer_toollayer_constants_constan_9d71b829,types_16_0fae1112,sensitive_text_7c11f760,pr_template_validator_rules_20a32d6b,node_agent_mmd_orchestration_layer_orchestration_prom_d17b4de2,node_agent_mmd_llm_model_layer_llmlayer_prompt_contex_81f9066a,node_agent_mmd_tool_layer_toollayer_prompt_context_dr_a2772f2b,node_agent_mmd_memory_vector_layer_memorylayer_prompt_ae34fc43,node_agent_mmd_llm_model_layer_llmlayer_prompt_contex_6426acc2,node_agent_mmd_memory_vector_layer_memorylayer_prompt_55c0d605,cli_args_9_9c136878,cli_10_35dc8cbd,sections_4697ef32,types_26_a5814179,validator_6_3688adbf,cli_args_10_861cdd3f llmNode
+   class node_agent_mmd_orchestration_layer_orchestration_chec_7a9f0b64,node_agent_mmd_llm_model_layer_llmlayer_check_codex_a_29e7b7fa,node_agent_mmd_tool_layer_toollayer_check_codex_agent_4b361d5a,node_agent_mmd_orchestration_layer_orchestration_chec_7fd47f5c,node_agent_mmd_llm_model_layer_llmlayer_check_steerin_0e1bf90d,node_agent_mmd_tool_layer_toollayer_check_steering_fe_eafecf3a,node_agent_mmd_memory_vector_layer_memorylayer_check__64c86928,node_agent_mmd_orchestration_layer_orchestration_run__18817957,node_agent_mmd_llm_model_layer_llmlayer_run_harness_e_603fcfdc,node_agent_mmd_tool_layer_toollayer_run_harness_evals_e2ee24f1,validate_decision_request_2e5c325e,validate_goal_completion_audit_receipt_100d252c,node_agent_mmd_orchestration_layer_orchestration_vali_c01b04be,node_agent_mmd_llm_model_layer_llmlayer_validate_pack_2a12e1f4,node_agent_mmd_tool_layer_toollayer_validate_packaged_2855c827,node_agent_mmd_llm_model_layer_llmlayer_validate_prom_9880f764,node_agent_mmd_memory_vector_layer_memorylayer_valida_c52c4db8,validate_reviewer_coverage_251efee3,check_environment_core_2c16213f,node_agent_mmd_llm_model_layer_llmlayer_context_conte_ad2dfbd9,node_agent_mmd_memory_vector_layer_memorylayer_contex_78ceaaa9,node_agent_mmd_llm_model_layer_llmlayer_index_context_1041bd11,node_agent_mmd_memory_vector_layer_memorylayer_index__6f3402d0,prompt_gate_c5e9d207,node_agent_mmd_orchestration_layer_orchestration_reme_359fe98f,node_agent_mmd_llm_model_layer_llmlayer_remediate_run_9e3d4585,node_agent_mmd_tool_layer_toollayer_remediate_runner__c003b871,node_agent_mmd_llm_model_layer_llmlayer_search_search_66b9a911,node_agent_mmd_memory_vector_layer_memorylayer_search_ac35cb7e,node_agent_mmd_orchestration_layer_orchestration_cont_61b3b9c9,node_agent_mmd_llm_model_layer_llmlayer_context_healt_cfc0bfa8,node_agent_mmd_memory_vector_layer_memorylayer_contex_3204aa0e,node_agent_mmd_orchestration_layer_orchestration_comm_1f8cc24c,node_agent_mmd_llm_model_layer_llmlayer_command_specs_782af9fa,node_agent_mmd_memory_vector_layer_memorylayer_comman_111eb454,prompt_gate_command_spec_9a941482,node_agent_mmd_llm_model_layer_llmlayer_constants_con_c9bd3f6c,node_agent_mmd_memory_vector_layer_memorylayer_consta_702d3f46,node_agent_mmd_llm_model_layer_llmlayer_index_index_1_02e160ff,node_agent_mmd_memory_vector_layer_memorylayer_index__752bc61e,node_agent_mmd_llm_model_layer_llmlayer_indexer_index_4f4deef5,node_agent_mmd_memory_vector_layer_memorylayer_indexe_93e6d86f,node_agent_mmd_llm_model_layer_llmlayer_ollama_ollama_968b23fa,node_agent_mmd_memory_vector_layer_memorylayer_ollama_6d51be16,node_agent_mmd_llm_model_layer_llmlayer_sync_contract_9f3cc8c1,node_agent_mmd_memory_vector_layer_memorylayer_sync_c_e43418bc,north_star_validators_cfc926ce,hilt_boundary_9b36fb15,types_10_75e5a4a0,goal_completion_audit_receipt_validation_9d0f4891,goal_completion_audit_receipt_5e4939c3,index_5_522f772a,node_agent_mmd_tool_layer_toollayer_constants_constan_9d71b829,types_17_ed30531c,sensitive_text_7c11f760,pr_template_linked_issue_relationship_a7b61f2c,pr_template_validator_rules_20a32d6b,node_agent_mmd_orchestration_layer_orchestration_prom_d17b4de2,node_agent_mmd_llm_model_layer_llmlayer_prompt_contex_81f9066a,node_agent_mmd_tool_layer_toollayer_prompt_context_dr_a2772f2b,node_agent_mmd_memory_vector_layer_memorylayer_prompt_ae34fc43,node_agent_mmd_orchestration_layer_orchestration_prom_77088997,node_agent_mmd_llm_model_layer_llmlayer_prompt_contex_e5066b88,node_agent_mmd_tool_layer_toollayer_prompt_context_dr_bd82da46,node_agent_mmd_memory_vector_layer_memorylayer_prompt_efd77624,node_agent_mmd_llm_model_layer_llmlayer_prompt_contex_6426acc2,node_agent_mmd_memory_vector_layer_memorylayer_prompt_55c0d605,cli_args_9_9c136878,cli_10_35dc8cbd,sections_4697ef32,types_27_4d134744,validator_7_f836eb0e,cli_args_10_861cdd3f llmNode
  classDef toolNode fill:#555,color:#fff
-   class node_agent_mmd_orchestration_layer_orchestration_chec_7a9f0b64,node_agent_mmd_llm_model_layer_llmlayer_check_codex_a_29e7b7fa,node_agent_mmd_tool_layer_toollayer_check_codex_agent_4b361d5a,node_agent_mmd_orchestration_layer_orchestration_chec_7fd47f5c,node_agent_mmd_llm_model_layer_llmlayer_check_steerin_0e1bf90d,node_agent_mmd_tool_layer_toollayer_check_steering_fe_eafecf3a,node_agent_mmd_memory_vector_layer_memorylayer_check__64c86928,node_agent_mmd_orchestration_layer_orchestration_run__18817957,node_agent_mmd_llm_model_layer_llmlayer_run_harness_e_603fcfdc,node_agent_mmd_tool_layer_toollayer_run_harness_evals_e2ee24f1,validate_action_review_receipt_fa2f06c3,node_agent_mmd_orchestration_layer_orchestration_vali_c01b04be,node_agent_mmd_llm_model_layer_llmlayer_validate_pack_2a12e1f4,node_agent_mmd_tool_layer_toollayer_validate_packaged_2855c827,validate_replay_packet_f309747e,node_agent_mmd_tool_layer_toollayer_ci_migrate_core_c_049f8460,node_agent_mmd_memory_vector_layer_memorylayer_ci_mig_0cd5b1a4,doctor_checks_5a2eb2b9,doctor_github_tool_checks_a53b0382,doctor_tool_checks_4acac51a,next_blocked_decisions_4140ad2b,policy_gate_213f7313,remediate_cli_output_cc165396,node_agent_mmd_orchestration_layer_orchestration_reme_359fe98f,node_agent_mmd_llm_model_layer_llmlayer_remediate_run_9e3d4585,node_agent_mmd_tool_layer_toollayer_remediate_runner__c003b871,node_agent_mmd_tool_layer_toollayer_review_gate_core__7704598b,node_agent_mmd_memory_vector_layer_memorylayer_review_5bee9816,index_1bc04b52,types_1_4ecdf56e,validation_constants_e002a0f6,validation_98c41dcd,node_agent_mmd_orchestration_layer_orchestration_chec_0550c395,node_agent_mmd_tool_layer_toollayer_checker_checker_2_453d593b,node_agent_mmd_memory_vector_layer_memorylayer_checke_a583eb4f,cli_args_1_6144b055,node_agent_mmd_orchestration_layer_orchestration_comm_6e41a7f7,node_agent_mmd_tool_layer_toollayer_command_capabilit_7fe13db1,node_agent_mmd_tool_layer_toollayer_command_capabilit_e97a4615,node_agent_mmd_memory_vector_layer_memorylayer_comman_c72a5d05,linear_command_actions_e430f4f4,node_agent_mmd_orchestration_layer_orchestration_line_b67affd5,node_agent_mmd_tool_layer_toollayer_linear_command_ru_d6763748,node_agent_mmd_orchestration_layer_orchestration_poli_3270b55d,node_agent_mmd_tool_layer_toollayer_policy_validators_af136abf,node_agent_mmd_memory_vector_layer_memorylayer_policy_1944de42,node_agent_mmd_orchestration_layer_orchestration_type_7cf81261,node_agent_mmd_tool_layer_toollayer_types_core_types__6c8319b6,node_agent_mmd_memory_vector_layer_memorylayer_types__83f369fa,node_agent_mmd_orchestration_layer_orchestration_vali_d9fe99e6,node_agent_mmd_tool_layer_toollayer_validator_core_va_6ef6131f,node_agent_mmd_memory_vector_layer_memorylayer_valida_41034356,validator_helpers_7b927667,node_agent_mmd_orchestration_layer_orchestration_he_p_fc778c24,node_agent_mmd_tool_layer_toollayer_he_phase_exit_cor_af016160,ralph_runtime_73d63c0e,observed_skill_usage_ed7d5930,closure_evidence_aaa31467,pr_creator_dc6b1ea4,client_948fe603,init_output_360dce91,scaffold_ci_templates_2afd6392,scaffold_codex_environment_templates_334fbbed,scaffold_config_templates_4b80ce53,node_agent_mmd_orchestration_layer_orchestration_scaf_c9a90c2f,node_agent_mmd_tool_layer_toollayer_scaffold_environm_c1afc013,node_agent_mmd_memory_vector_layer_memorylayer_scaffo_12b42341,scaffold_github_actions_pr_pipeline_renderer_1ee18de5,scaffold_github_actions_pr_pipeline_template_e2b85f62,scaffold_release_private_npm_template_075499f8,node_agent_mmd_llm_model_layer_llmlayer_constants_con_c9bd3f6c,node_agent_mmd_tool_layer_toollayer_constants_constan_9d71b829,index_8_6f0f20ec,validation_common_6161e48b,node_agent_mmd_tool_layer_toollayer_cli_cli_2_1_32d9eeaf,node_agent_mmd_memory_vector_layer_memorylayer_cli_cl_1f1f89ab,node_agent_mmd_tool_layer_toollayer_metrics_tracker_m_4c9237d8,node_agent_mmd_memory_vector_layer_memorylayer_metric_12562178,normalise_renderer_85f2e563,evaluation_engine_core_e054fe49,node_agent_mmd_orchestration_layer_orchestration_tool_cc43149f,node_agent_mmd_tool_layer_toollayer_tooling_baseline__61e66e9f,node_agent_mmd_memory_vector_layer_memorylayer_toolin_14f86b00,node_agent_mmd_orchestration_layer_orchestration_prom_d17b4de2,node_agent_mmd_llm_model_layer_llmlayer_prompt_contex_81f9066a,node_agent_mmd_tool_layer_toollayer_prompt_context_dr_a2772f2b,node_agent_mmd_memory_vector_layer_memorylayer_prompt_ae34fc43,replay_packet_a1293f88,index_13_97df39c8,review_lifecycle_contract_e5447221,review_lifecycle_89afa64c,node_agent_mmd_tool_layer_toollayer_runtime_card_code_3636ceac,node_agent_mmd_memory_vector_layer_memorylayer_runtim_a5d23e7f,runtime_card_codex_runtime_0655e230,runtime_evidence_bundle_d471a232,types_35_93e66c64,index_16_373c8a49,projection_1b250ea1,types_37_32ccf9f9,validation_7_c4e6d8b6 toolNode
+   class node_agent_mmd_orchestration_layer_orchestration_chec_7a9f0b64,node_agent_mmd_llm_model_layer_llmlayer_check_codex_a_29e7b7fa,node_agent_mmd_tool_layer_toollayer_check_codex_agent_4b361d5a,node_agent_mmd_orchestration_layer_orchestration_chec_7fd47f5c,node_agent_mmd_llm_model_layer_llmlayer_check_steerin_0e1bf90d,node_agent_mmd_tool_layer_toollayer_check_steering_fe_eafecf3a,node_agent_mmd_memory_vector_layer_memorylayer_check__64c86928,node_agent_mmd_orchestration_layer_orchestration_run__18817957,node_agent_mmd_llm_model_layer_llmlayer_run_harness_e_603fcfdc,node_agent_mmd_tool_layer_toollayer_run_harness_evals_e2ee24f1,validate_action_review_receipt_fa2f06c3,node_agent_mmd_orchestration_layer_orchestration_vali_c01b04be,node_agent_mmd_llm_model_layer_llmlayer_validate_pack_2a12e1f4,node_agent_mmd_tool_layer_toollayer_validate_packaged_2855c827,validate_replay_packet_f309747e,node_agent_mmd_tool_layer_toollayer_ci_migrate_core_c_049f8460,node_agent_mmd_memory_vector_layer_memorylayer_ci_mig_0cd5b1a4,doctor_checks_5a2eb2b9,doctor_github_tool_checks_a53b0382,doctor_tool_checks_4acac51a,next_blocked_decisions_4140ad2b,policy_gate_213f7313,remediate_cli_output_cc165396,node_agent_mmd_orchestration_layer_orchestration_reme_359fe98f,node_agent_mmd_llm_model_layer_llmlayer_remediate_run_9e3d4585,node_agent_mmd_tool_layer_toollayer_remediate_runner__c003b871,node_agent_mmd_tool_layer_toollayer_review_gate_core__7704598b,node_agent_mmd_memory_vector_layer_memorylayer_review_5bee9816,index_1bc04b52,types_1_4ecdf56e,validation_constants_e002a0f6,validation_98c41dcd,node_agent_mmd_orchestration_layer_orchestration_chec_0550c395,node_agent_mmd_tool_layer_toollayer_checker_checker_2_453d593b,node_agent_mmd_memory_vector_layer_memorylayer_checke_a583eb4f,cli_args_1_6144b055,node_agent_mmd_orchestration_layer_orchestration_comm_6e41a7f7,node_agent_mmd_tool_layer_toollayer_command_capabilit_7fe13db1,node_agent_mmd_tool_layer_toollayer_command_capabilit_e97a4615,node_agent_mmd_memory_vector_layer_memorylayer_comman_c72a5d05,linear_command_actions_e430f4f4,node_agent_mmd_orchestration_layer_orchestration_line_b67affd5,node_agent_mmd_tool_layer_toollayer_linear_command_ru_d6763748,node_agent_mmd_orchestration_layer_orchestration_poli_3270b55d,node_agent_mmd_tool_layer_toollayer_policy_validators_af136abf,node_agent_mmd_memory_vector_layer_memorylayer_policy_1944de42,node_agent_mmd_orchestration_layer_orchestration_type_7cf81261,node_agent_mmd_tool_layer_toollayer_types_core_types__6c8319b6,node_agent_mmd_memory_vector_layer_memorylayer_types__83f369fa,node_agent_mmd_orchestration_layer_orchestration_vali_d9fe99e6,node_agent_mmd_tool_layer_toollayer_validator_core_va_6ef6131f,node_agent_mmd_memory_vector_layer_memorylayer_valida_41034356,validator_helpers_7b927667,node_agent_mmd_orchestration_layer_orchestration_he_p_fc778c24,node_agent_mmd_tool_layer_toollayer_he_phase_exit_cor_af016160,ralph_runtime_73d63c0e,observed_skill_usage_ed7d5930,closure_evidence_aaa31467,pr_creator_dc6b1ea4,client_948fe603,init_output_360dce91,scaffold_ci_templates_2afd6392,scaffold_codex_environment_templates_334fbbed,scaffold_config_templates_4b80ce53,node_agent_mmd_orchestration_layer_orchestration_scaf_c9a90c2f,node_agent_mmd_tool_layer_toollayer_scaffold_environm_c1afc013,node_agent_mmd_memory_vector_layer_memorylayer_scaffo_12b42341,scaffold_github_actions_pr_pipeline_renderer_1ee18de5,scaffold_github_actions_pr_pipeline_template_e2b85f62,scaffold_release_private_npm_template_075499f8,node_agent_mmd_llm_model_layer_llmlayer_constants_con_c9bd3f6c,node_agent_mmd_tool_layer_toollayer_constants_constan_9d71b829,index_9_32dd4d91,validation_common_6161e48b,node_agent_mmd_tool_layer_toollayer_cli_cli_2_1_32d9eeaf,node_agent_mmd_memory_vector_layer_memorylayer_cli_cl_1f1f89ab,node_agent_mmd_tool_layer_toollayer_metrics_tracker_m_4c9237d8,node_agent_mmd_memory_vector_layer_memorylayer_metric_12562178,normalise_renderer_85f2e563,evaluation_engine_core_e054fe49,node_agent_mmd_orchestration_layer_orchestration_tool_cc43149f,node_agent_mmd_tool_layer_toollayer_tooling_baseline__61e66e9f,node_agent_mmd_memory_vector_layer_memorylayer_toolin_14f86b00,node_agent_mmd_orchestration_layer_orchestration_prom_d17b4de2,node_agent_mmd_llm_model_layer_llmlayer_prompt_contex_81f9066a,node_agent_mmd_tool_layer_toollayer_prompt_context_dr_a2772f2b,node_agent_mmd_memory_vector_layer_memorylayer_prompt_ae34fc43,node_agent_mmd_orchestration_layer_orchestration_prom_77088997,node_agent_mmd_llm_model_layer_llmlayer_prompt_contex_e5066b88,node_agent_mmd_tool_layer_toollayer_prompt_context_dr_bd82da46,node_agent_mmd_memory_vector_layer_memorylayer_prompt_efd77624,replay_packet_a1293f88,index_14_d982116c,review_lifecycle_contract_e5447221,review_lifecycle_89afa64c,node_agent_mmd_tool_layer_toollayer_runtime_card_code_3636ceac,node_agent_mmd_memory_vector_layer_memorylayer_runtim_a5d23e7f,runtime_card_codex_runtime_0655e230,runtime_evidence_bundle_d471a232,types_36_674380ec,index_17_642943a2,projection_1b250ea1,types_38_e8efcd57,validation_7_c4e6d8b6 toolNode
  classDef memNode fill:#555,color:#fff
-   class node_agent_mmd_orchestration_layer_orchestration_chec_7fd47f5c,node_agent_mmd_llm_model_layer_llmlayer_check_steerin_0e1bf90d,node_agent_mmd_tool_layer_toollayer_check_steering_fe_eafecf3a,node_agent_mmd_memory_vector_layer_memorylayer_check__64c86928,normalize_workflow_contracts_8701f1c8,sync_codex_preflight_7e7a8dc2,test_harness_upgrade_matrix_84113c4e,node_agent_mmd_llm_model_layer_llmlayer_validate_prom_9880f764,node_agent_mmd_memory_vector_layer_memorylayer_valida_c52c4db8,validate_runtime_packet_schemas_bc3ba8ec,validate_workflow_contracts_33dc063c,branch_protect_core_a8feb0fd,node_agent_mmd_tool_layer_toollayer_ci_migrate_core_c_049f8460,node_agent_mmd_memory_vector_layer_memorylayer_ci_mig_0cd5b1a4,context_health_80bb7da9,node_agent_mmd_llm_model_layer_llmlayer_context_conte_ad2dfbd9,node_agent_mmd_memory_vector_layer_memorylayer_contex_78ceaaa9,docs_gate_core_eb9b6c18,node_agent_mmd_llm_model_layer_llmlayer_index_context_1041bd11,node_agent_mmd_memory_vector_layer_memorylayer_index__6f3402d0,local_memory_preflight_dcc36c42,memory_gate_a577a506,pattern_scope_siblings_43abe000,review_context_ca6cf81d,node_agent_mmd_tool_layer_toollayer_review_gate_core__7704598b,node_agent_mmd_memory_vector_layer_memorylayer_review_5bee9816,node_agent_mmd_llm_model_layer_llmlayer_search_search_66b9a911,node_agent_mmd_memory_vector_layer_memorylayer_search_ac35cb7e,session_context_e5ec72c0,node_agent_mmd_orchestration_layer_orchestration_tool_acfe0c01,node_agent_mmd_memory_vector_layer_memorylayer_toolin_a1185b8f,run_local_memory_preflight_36e92808,node_agent_mmd_orchestration_layer_orchestration_chec_0550c395,node_agent_mmd_tool_layer_toollayer_checker_checker_2_453d593b,node_agent_mmd_memory_vector_layer_memorylayer_checke_a583eb4f,node_agent_mmd_orchestration_layer_orchestration_cont_61b3b9c9,node_agent_mmd_llm_model_layer_llmlayer_context_healt_cfc0bfa8,node_agent_mmd_memory_vector_layer_memorylayer_contex_3204aa0e,node_agent_mmd_orchestration_layer_orchestration_type_4f906dcc,node_agent_mmd_memory_vector_layer_memorylayer_types__9ad640a0,branch_protect_sync_570adb18,node_agent_mmd_tool_layer_toollayer_command_capabilit_e97a4615,node_agent_mmd_memory_vector_layer_memorylayer_comman_c72a5d05,node_agent_mmd_orchestration_layer_orchestration_comm_1f8cc24c,node_agent_mmd_llm_model_layer_llmlayer_command_specs_782af9fa,node_agent_mmd_memory_vector_layer_memorylayer_comman_111eb454,local_memory_preflight_command_spec_9e23f3ce,memory_gate_command_spec_dc9001a9,review_gate_command_spec_3187376a,session_context_command_spec_973afbb1,node_agent_mmd_llm_model_layer_llmlayer_constants_con_c9bd3f6c,node_agent_mmd_memory_vector_layer_memorylayer_consta_702d3f46,context_compact_policy_3dcaf95d,node_agent_mmd_llm_model_layer_llmlayer_index_index_1_02e160ff,node_agent_mmd_memory_vector_layer_memorylayer_index__752bc61e,node_agent_mmd_llm_model_layer_llmlayer_indexer_index_4f4deef5,node_agent_mmd_memory_vector_layer_memorylayer_indexe_93e6d86f,init_error_5c7dd49f,lexical_fallback_723e2b3e,node_agent_mmd_llm_model_layer_llmlayer_ollama_ollama_968b23fa,node_agent_mmd_memory_vector_layer_memorylayer_ollama_6d51be16,rollout_a4fa034c,sources_878a52fc,store_824d80d7,node_agent_mmd_llm_model_layer_llmlayer_sync_contract_9f3cc8c1,node_agent_mmd_memory_vector_layer_memorylayer_sync_c_e43418bc,types_7_2f1ed65e,harness_run_context_ac7c77a9,index_3_7e40d474,json_schema_core_96d7e328,node_agent_mmd_orchestration_layer_orchestration_poli_3270b55d,node_agent_mmd_tool_layer_toollayer_policy_validators_af136abf,node_agent_mmd_memory_vector_layer_memorylayer_policy_1944de42,node_agent_mmd_orchestration_layer_orchestration_type_7cf81261,node_agent_mmd_tool_layer_toollayer_types_core_types__6c8319b6,node_agent_mmd_memory_vector_layer_memorylayer_types__83f369fa,node_agent_mmd_orchestration_layer_orchestration_vali_d9fe99e6,node_agent_mmd_tool_layer_toollayer_validator_core_va_6ef6131f,node_agent_mmd_memory_vector_layer_memorylayer_valida_41034356,node_agent_mmd_orchestration_layer_orchestration_init_2a9c3ecb,node_agent_mmd_memory_vector_layer_memorylayer_init_m_333d02c5,node_agent_mmd_orchestration_layer_orchestration_proj_6ab6f60f,node_agent_mmd_memory_vector_layer_memorylayer_projec_3ae304d9,scaffold_diagram_templates_dd88e83c,node_agent_mmd_orchestration_layer_orchestration_scaf_12cc07db,node_agent_mmd_memory_vector_layer_memorylayer_scaffo_5fd73b94,node_agent_mmd_orchestration_layer_orchestration_scaf_c9a90c2f,node_agent_mmd_tool_layer_toollayer_scaffold_environm_c1afc013,node_agent_mmd_memory_vector_layer_memorylayer_scaffo_12b42341,scaffold_root_command_templates_404fed7f,scaffold_script_template_registry_69312d4e,scaffold_shell_templates_0ad0f915,scaffold_surfaces_12d6494e,node_agent_mmd_orchestration_layer_orchestration_scaf_ff8f92f6,node_agent_mmd_memory_vector_layer_memorylayer_scaffo_a86eece1,scaffold_workflow_template_92310587,eval_seed_5699fd3e,index_9_32dd4d91,review_context_1_e3afed15,memory_gate_1_265164ac,branch_enforcer_acb749cd,cli_args_5_09ea29f0,node_agent_mmd_tool_layer_toollayer_cli_cli_2_1_32d9eeaf,node_agent_mmd_memory_vector_layer_memorylayer_cli_cl_1f1f89ab,node_agent_mmd_tool_layer_toollayer_metrics_tracker_m_4c9237d8,node_agent_mmd_memory_vector_layer_memorylayer_metric_12562178,types_18_37582e2a,validator_4_5180cf23,node_agent_mmd_orchestration_layer_orchestration_clas_899b821a,node_agent_mmd_memory_vector_layer_memorylayer_classi_1ebbf5ff,node_agent_mmd_orchestration_layer_orchestration_tool_cc43149f,node_agent_mmd_tool_layer_toollayer_tooling_baseline__61e66e9f,node_agent_mmd_memory_vector_layer_memorylayer_toolin_14f86b00,claim_helpers_20dc8387,types_23_4352ee2e,local_memory_smoke_1175abfc,local_memory_0db17ecc,performance_overload_c685bfcf,node_agent_mmd_orchestration_layer_orchestration_sugg_85c5ebe3,node_agent_mmd_memory_vector_layer_memorylayer_sugges_267f408d,node_agent_mmd_orchestration_layer_orchestration_prom_d17b4de2,node_agent_mmd_llm_model_layer_llmlayer_prompt_contex_81f9066a,node_agent_mmd_tool_layer_toollayer_prompt_context_dr_a2772f2b,node_agent_mmd_memory_vector_layer_memorylayer_prompt_ae34fc43,node_agent_mmd_llm_model_layer_llmlayer_prompt_contex_6426acc2,node_agent_mmd_memory_vector_layer_memorylayer_prompt_55c0d605,types_30_424b976c,policy_1_fc4198db,node_agent_mmd_tool_layer_toollayer_runtime_card_code_3636ceac,node_agent_mmd_memory_vector_layer_memorylayer_runtim_a5d23e7f,cli_11_338a8415,collector_0736fd5b,types_33_16e22a82,overload_guard_2748c559 memNode
+   class node_agent_mmd_orchestration_layer_orchestration_chec_7fd47f5c,node_agent_mmd_llm_model_layer_llmlayer_check_steerin_0e1bf90d,node_agent_mmd_tool_layer_toollayer_check_steering_fe_eafecf3a,node_agent_mmd_memory_vector_layer_memorylayer_check__64c86928,normalize_workflow_contracts_8701f1c8,sync_codex_preflight_7e7a8dc2,test_harness_upgrade_matrix_84113c4e,node_agent_mmd_llm_model_layer_llmlayer_validate_prom_9880f764,node_agent_mmd_memory_vector_layer_memorylayer_valida_c52c4db8,validate_runtime_packet_schemas_bc3ba8ec,validate_workflow_contracts_33dc063c,branch_protect_core_a8feb0fd,node_agent_mmd_tool_layer_toollayer_ci_migrate_core_c_049f8460,node_agent_mmd_memory_vector_layer_memorylayer_ci_mig_0cd5b1a4,context_health_80bb7da9,node_agent_mmd_llm_model_layer_llmlayer_context_conte_ad2dfbd9,node_agent_mmd_memory_vector_layer_memorylayer_contex_78ceaaa9,docs_gate_core_eb9b6c18,node_agent_mmd_llm_model_layer_llmlayer_index_context_1041bd11,node_agent_mmd_memory_vector_layer_memorylayer_index__6f3402d0,local_memory_preflight_dcc36c42,memory_gate_a577a506,pattern_scope_siblings_43abe000,review_context_ca6cf81d,node_agent_mmd_tool_layer_toollayer_review_gate_core__7704598b,node_agent_mmd_memory_vector_layer_memorylayer_review_5bee9816,node_agent_mmd_llm_model_layer_llmlayer_search_search_66b9a911,node_agent_mmd_memory_vector_layer_memorylayer_search_ac35cb7e,session_context_e5ec72c0,node_agent_mmd_orchestration_layer_orchestration_tool_acfe0c01,node_agent_mmd_memory_vector_layer_memorylayer_toolin_a1185b8f,run_local_memory_preflight_36e92808,node_agent_mmd_orchestration_layer_orchestration_chec_0550c395,node_agent_mmd_tool_layer_toollayer_checker_checker_2_453d593b,node_agent_mmd_memory_vector_layer_memorylayer_checke_a583eb4f,node_agent_mmd_orchestration_layer_orchestration_cont_61b3b9c9,node_agent_mmd_llm_model_layer_llmlayer_context_healt_cfc0bfa8,node_agent_mmd_memory_vector_layer_memorylayer_contex_3204aa0e,node_agent_mmd_orchestration_layer_orchestration_type_4f906dcc,node_agent_mmd_memory_vector_layer_memorylayer_types__9ad640a0,branch_protect_sync_570adb18,node_agent_mmd_tool_layer_toollayer_command_capabilit_e97a4615,node_agent_mmd_memory_vector_layer_memorylayer_comman_c72a5d05,node_agent_mmd_orchestration_layer_orchestration_comm_1f8cc24c,node_agent_mmd_llm_model_layer_llmlayer_command_specs_782af9fa,node_agent_mmd_memory_vector_layer_memorylayer_comman_111eb454,local_memory_preflight_command_spec_9e23f3ce,memory_gate_command_spec_dc9001a9,review_gate_command_spec_3187376a,session_context_command_spec_973afbb1,node_agent_mmd_llm_model_layer_llmlayer_constants_con_c9bd3f6c,node_agent_mmd_memory_vector_layer_memorylayer_consta_702d3f46,context_compact_policy_3dcaf95d,node_agent_mmd_llm_model_layer_llmlayer_index_index_1_02e160ff,node_agent_mmd_memory_vector_layer_memorylayer_index__752bc61e,node_agent_mmd_llm_model_layer_llmlayer_indexer_index_4f4deef5,node_agent_mmd_memory_vector_layer_memorylayer_indexe_93e6d86f,init_error_5c7dd49f,lexical_fallback_723e2b3e,node_agent_mmd_llm_model_layer_llmlayer_ollama_ollama_968b23fa,node_agent_mmd_memory_vector_layer_memorylayer_ollama_6d51be16,rollout_a4fa034c,sources_878a52fc,store_824d80d7,node_agent_mmd_llm_model_layer_llmlayer_sync_contract_9f3cc8c1,node_agent_mmd_memory_vector_layer_memorylayer_sync_c_e43418bc,types_8_f6283648,harness_run_context_ac7c77a9,index_4_013aa0e3,json_schema_core_96d7e328,node_agent_mmd_orchestration_layer_orchestration_poli_3270b55d,node_agent_mmd_tool_layer_toollayer_policy_validators_af136abf,node_agent_mmd_memory_vector_layer_memorylayer_policy_1944de42,node_agent_mmd_orchestration_layer_orchestration_type_7cf81261,node_agent_mmd_tool_layer_toollayer_types_core_types__6c8319b6,node_agent_mmd_memory_vector_layer_memorylayer_types__83f369fa,node_agent_mmd_orchestration_layer_orchestration_vali_d9fe99e6,node_agent_mmd_tool_layer_toollayer_validator_core_va_6ef6131f,node_agent_mmd_memory_vector_layer_memorylayer_valida_41034356,node_agent_mmd_orchestration_layer_orchestration_init_2a9c3ecb,node_agent_mmd_memory_vector_layer_memorylayer_init_m_333d02c5,node_agent_mmd_orchestration_layer_orchestration_proj_6ab6f60f,node_agent_mmd_memory_vector_layer_memorylayer_projec_3ae304d9,scaffold_diagram_templates_dd88e83c,node_agent_mmd_orchestration_layer_orchestration_scaf_12cc07db,node_agent_mmd_memory_vector_layer_memorylayer_scaffo_5fd73b94,node_agent_mmd_orchestration_layer_orchestration_scaf_c9a90c2f,node_agent_mmd_tool_layer_toollayer_scaffold_environm_c1afc013,node_agent_mmd_memory_vector_layer_memorylayer_scaffo_12b42341,scaffold_root_command_templates_404fed7f,scaffold_script_template_registry_69312d4e,scaffold_shell_templates_0ad0f915,scaffold_surfaces_12d6494e,node_agent_mmd_orchestration_layer_orchestration_scaf_ff8f92f6,node_agent_mmd_memory_vector_layer_memorylayer_scaffo_a86eece1,scaffold_workflow_template_92310587,eval_seed_5699fd3e,index_10_f6785a46,review_context_1_e3afed15,memory_gate_1_265164ac,branch_enforcer_acb749cd,cli_args_5_09ea29f0,node_agent_mmd_tool_layer_toollayer_cli_cli_2_1_32d9eeaf,node_agent_mmd_memory_vector_layer_memorylayer_cli_cl_1f1f89ab,node_agent_mmd_tool_layer_toollayer_metrics_tracker_m_4c9237d8,node_agent_mmd_memory_vector_layer_memorylayer_metric_12562178,types_19_eb4ad5f0,validator_5_b19ac2be,node_agent_mmd_orchestration_layer_orchestration_clas_899b821a,node_agent_mmd_memory_vector_layer_memorylayer_classi_1ebbf5ff,node_agent_mmd_orchestration_layer_orchestration_tool_cc43149f,node_agent_mmd_tool_layer_toollayer_tooling_baseline__61e66e9f,node_agent_mmd_memory_vector_layer_memorylayer_toolin_14f86b00,claim_helpers_20dc8387,types_24_c63dc1a7,local_memory_smoke_1175abfc,local_memory_0db17ecc,performance_overload_c685bfcf,node_agent_mmd_orchestration_layer_orchestration_sugg_85c5ebe3,node_agent_mmd_memory_vector_layer_memorylayer_sugges_267f408d,node_agent_mmd_orchestration_layer_orchestration_prom_d17b4de2,node_agent_mmd_llm_model_layer_llmlayer_prompt_contex_81f9066a,node_agent_mmd_tool_layer_toollayer_prompt_context_dr_a2772f2b,node_agent_mmd_memory_vector_layer_memorylayer_prompt_ae34fc43,node_agent_mmd_orchestration_layer_orchestration_prom_77088997,node_agent_mmd_llm_model_layer_llmlayer_prompt_contex_e5066b88,node_agent_mmd_tool_layer_toollayer_prompt_context_dr_bd82da46,node_agent_mmd_memory_vector_layer_memorylayer_prompt_efd77624,node_agent_mmd_llm_model_layer_llmlayer_prompt_contex_6426acc2,node_agent_mmd_memory_vector_layer_memorylayer_prompt_55c0d605,types_31_eb363e20,policy_1_fc4198db,node_agent_mmd_tool_layer_toollayer_runtime_card_code_3636ceac,node_agent_mmd_memory_vector_layer_memorylayer_runtim_a5d23e7f,cli_11_338a8415,collector_0736fd5b,types_34_85e6a0bb,overload_guard_2748c559 memNode
